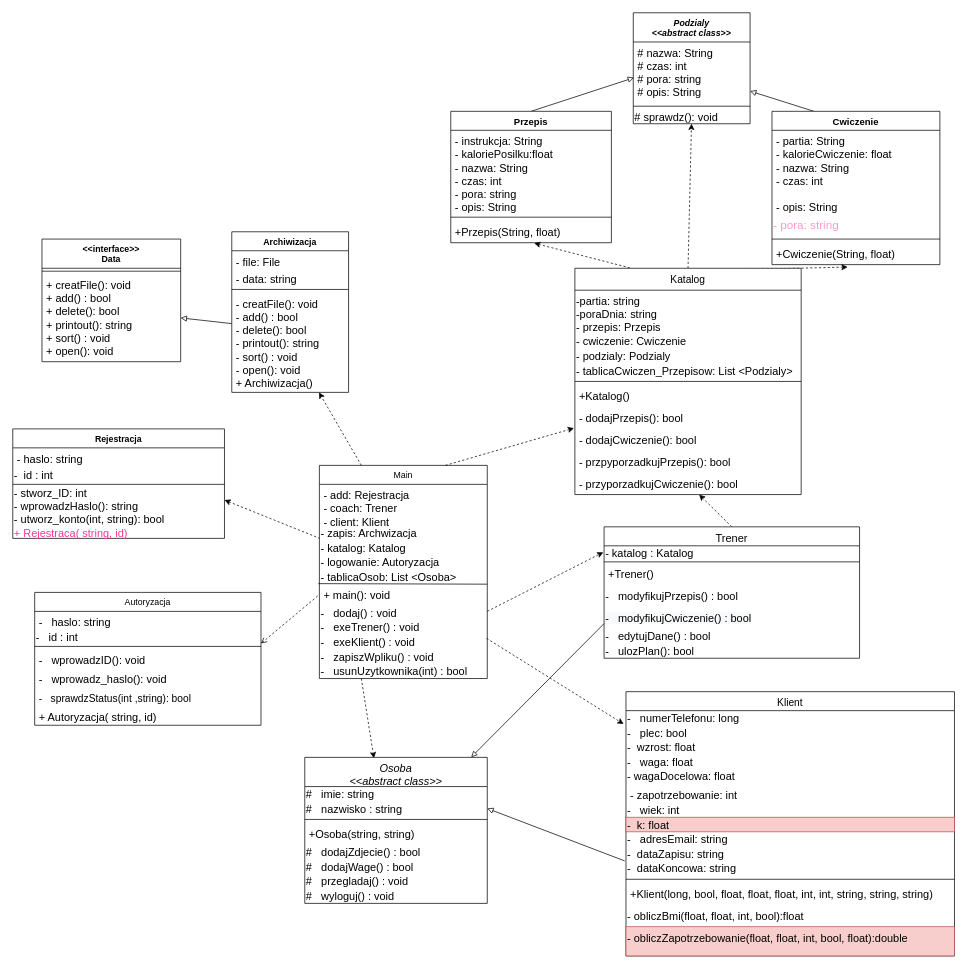
This is Untitled Diagram.drawio from szarl/Projekt-Programowanie-Obiektowe, a draw.io file, before an edit. Source tidied: cells renumbered, new cells numbered last; positions are measured from the earlier drawing's top-left corner, leaving out a move shared by most shapes. Both pictures are drawn from the tidied source at 73%, with x=0, y=0 at pixel (12, 12).
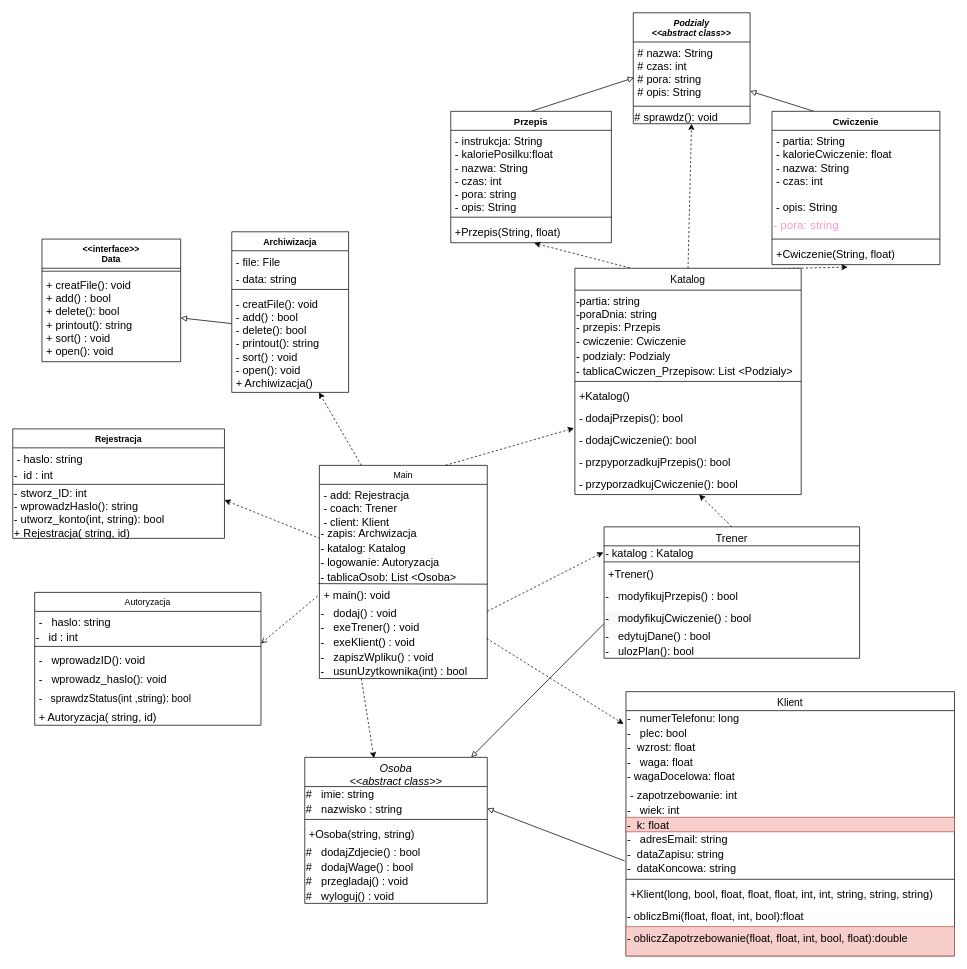
The same diagram, later.

Unchanged cells that the change refers to:
```xml
<mxCell id="94" value="Rejestracja" style="swimlane;fontStyle=1;align=center;verticalAlign=top;horizontal=1;startSize=26;" parent="1" vertex="1">
  <mxGeometry y="570" width="290" height="150" as="geometry" />
</mxCell>
```

Diff of the diagram source:
```diff
@@
-    <mxCell id="98" value="&lt;font style=&quot;font-size: 15px&quot;&gt;- stworz_ID: int&lt;br&gt;- wprowadzHaslo(): string&lt;br&gt;- utworz_konto(int, string): bool&lt;br&gt;&lt;font color=&quot;#FF3399&quot;&gt;+ Rejestraca( string, id)&lt;/font&gt;&lt;br&gt;&lt;/font&gt;" style="text;html=1;strokeColor=none;fillColor=none;align=left;verticalAlign=middle;whiteSpace=wrap;rounded=0;" parent="94" vertex="1">
+    <mxCell id="98" value="&lt;font style=&quot;font-size: 15px&quot;&gt;- stworz_ID: int&lt;br&gt;- wprowadzHaslo(): string&lt;br&gt;- utworz_konto(int, string): bool&lt;br&gt;+ Rejestracja( string, id)&lt;br&gt;&lt;/font&gt;" style="text;html=1;strokeColor=none;fillColor=none;align=left;verticalAlign=middle;whiteSpace=wrap;rounded=0;" parent="94" vertex="1">
       <mxGeometry y="80" width="290" height="70" as="geometry" />
     </mxCell>
```
